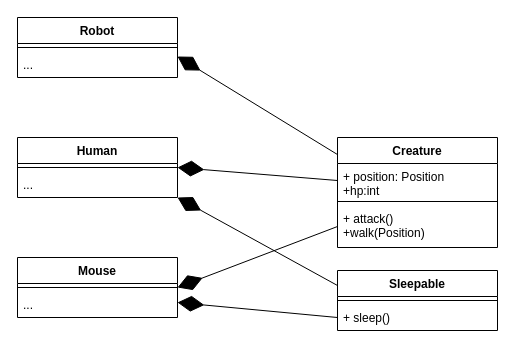
Above: composition_inheritance_new_approach.drawio in penguincarol/rattle (draw.io), before the change. Source tidied: cells renumbered, new cells numbered last; positions are measured from the earlier drawing's top-left corner, leaving out a move shared by most shapes. Both pictures are drawn from the tidied source at 100%, with x=0, y=0 at pixel (17, 17).
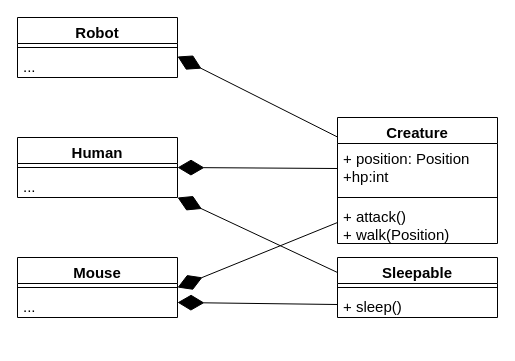
Above is the later version.

Diff of the diagram source:
```diff
@@
-    <mxCell id="2" value="Sleepable" style="swimlane;fontStyle=1;align=center;verticalAlign=top;horizontal=1;startSize=26;whiteSpace=wrap;html=1;" parent="1" vertex="1">
-      <mxGeometry x="320" y="253" width="160" height="60" as="geometry" />
+    <mxCell id="2" value="&lt;font style=&quot;font-size: 15px;&quot;&gt;Sleepable&lt;/font&gt;" style="swimlane;fontStyle=1;align=center;verticalAlign=top;horizontal=1;startSize=26;whiteSpace=wrap;html=1;" parent="1" vertex="1">
+      <mxGeometry x="320" y="240" width="160" height="60" as="geometry" />
     </mxCell>
@@
-    <mxCell id="4" value="+ sleep()" style="text;strokeColor=none;fillColor=none;align=left;verticalAlign=top;spacingLeft=4;spacingRight=4;overflow=hidden;points=[[0,0.5],[1,0.5]];portConstraint=eastwest;whiteSpace=wrap;html=1;" parent="2" vertex="1">
+    <mxCell id="4" value="&lt;font style=&quot;font-size: 15px;&quot;&gt;+ sleep()&lt;/font&gt;" style="text;strokeColor=none;fillColor=none;align=left;verticalAlign=top;spacingLeft=4;spacingRight=4;overflow=hidden;points=[[0,0.5],[1,0.5]];portConstraint=eastwest;whiteSpace=wrap;html=1;" parent="2" vertex="1">
       <mxGeometry y="34" width="160" height="26" as="geometry" />
     </mxCell>
-    <mxCell id="5" value="Human" style="swimlane;fontStyle=1;align=center;verticalAlign=top;horizontal=1;startSize=26;whiteSpace=wrap;html=1;" parent="1" vertex="1">
+    <mxCell id="5" value="&lt;font style=&quot;font-size: 15px;&quot;&gt;Human&lt;/font&gt;" style="swimlane;fontStyle=1;align=center;verticalAlign=top;horizontal=1;startSize=26;whiteSpace=wrap;html=1;" parent="1" vertex="1">
       <mxGeometry y="120" width="160" height="60" as="geometry" />
     </mxCell>
@@
-    <mxCell id="7" value="..." style="text;strokeColor=none;fillColor=none;align=left;verticalAlign=top;spacingLeft=4;spacingRight=4;overflow=hidden;whiteSpace=wrap;html=1;" parent="5" vertex="1">
+    <mxCell id="7" value="&lt;font style=&quot;font-size: 15px;&quot;&gt;...&lt;/font&gt;" style="text;strokeColor=none;fillColor=none;align=left;verticalAlign=top;spacingLeft=4;spacingRight=4;overflow=hidden;whiteSpace=wrap;html=1;" parent="5" vertex="1">
       <mxGeometry y="34" width="160" height="26" as="geometry" />
     </mxCell>
@@
-    <mxCell id="9" value="Mouse" style="swimlane;fontStyle=1;align=center;verticalAlign=top;horizontal=1;startSize=26;whiteSpace=wrap;html=1;" parent="1" vertex="1">
+    <mxCell id="9" value="&lt;font style=&quot;font-size: 15px;&quot;&gt;Mouse&lt;/font&gt;" style="swimlane;fontStyle=1;align=center;verticalAlign=top;horizontal=1;startSize=26;whiteSpace=wrap;html=1;" parent="1" vertex="1">
       <mxGeometry y="240" width="160" height="60" as="geometry" />
     </mxCell>
@@
-    <mxCell id="11" value="..." style="text;strokeColor=none;fillColor=none;align=left;verticalAlign=top;spacingLeft=4;spacingRight=4;overflow=hidden;whiteSpace=wrap;html=1;" parent="9" vertex="1">
+    <mxCell id="11" value="&lt;font style=&quot;font-size: 15px;&quot;&gt;...&lt;/font&gt;" style="text;strokeColor=none;fillColor=none;align=left;verticalAlign=top;spacingLeft=4;spacingRight=4;overflow=hidden;whiteSpace=wrap;html=1;" parent="9" vertex="1">
       <mxGeometry y="34" width="160" height="26" as="geometry" />
     </mxCell>
@@
-    <mxCell id="13" value="Creature" style="swimlane;fontStyle=1;align=center;verticalAlign=top;horizontal=1;startSize=26;whiteSpace=wrap;html=1;" parent="1" vertex="1">
-      <mxGeometry x="320" y="120" width="160" height="110" as="geometry" />
+    <mxCell id="13" value="&lt;font style=&quot;font-size: 15px;&quot;&gt;Creature&lt;/font&gt;" style="swimlane;fontStyle=1;align=center;verticalAlign=top;horizontal=1;startSize=26;whiteSpace=wrap;html=1;" parent="1" vertex="1">
+      <mxGeometry x="320" y="100" width="160" height="126" as="geometry" />
     </mxCell>
-    <mxCell id="14" value="&lt;div&gt;+ position: Position&lt;/div&gt;&lt;div&gt;+hp:int&lt;br&gt;&lt;/div&gt;" style="text;strokeColor=none;fillColor=none;align=left;verticalAlign=top;spacingLeft=4;spacingRight=4;overflow=hidden;points=[[0,0.5],[1,0.5]];portConstraint=eastwest;whiteSpace=wrap;html=1;" parent="13" vertex="1">
-      <mxGeometry y="26" width="160" height="34" as="geometry" />
+    <mxCell id="14" value="&lt;div style=&quot;font-size: 15px;&quot;&gt;&lt;font style=&quot;font-size: 15px;&quot;&gt;+ position: Position&lt;/font&gt;&lt;/div&gt;&lt;div style=&quot;font-size: 15px;&quot;&gt;&lt;font style=&quot;font-size: 15px;&quot;&gt;+hp:int&lt;/font&gt;&lt;br&gt;&lt;/div&gt;" style="text;strokeColor=none;fillColor=none;align=left;verticalAlign=top;spacingLeft=4;spacingRight=4;overflow=hidden;points=[[0,0.5],[1,0.5]];portConstraint=eastwest;whiteSpace=wrap;html=1;" parent="13" vertex="1">
+      <mxGeometry y="26" width="160" height="50" as="geometry" />
     </mxCell>
     <mxCell id="15" style="line;strokeWidth=1;fillColor=none;align=left;verticalAlign=middle;spacingTop=-1;spacingLeft=3;spacingRight=3;labelPosition=right;strokeColor=inherit;" parent="13" vertex="1">
-      <mxGeometry y="60" width="160" height="8" as="geometry" />
+      <mxGeometry y="76" width="160" height="8" as="geometry" />
     </mxCell>
-    <mxCell id="16" value="&lt;div&gt;+ attack()&lt;/div&gt;&lt;div&gt;+walk(Position)&lt;/div&gt;" style="text;strokeColor=none;fillColor=none;align=left;verticalAlign=top;spacingLeft=4;spacingRight=4;overflow=hidden;points=[[0,0.5],[1,0.5]];portConstraint=eastwest;whiteSpace=wrap;html=1;" parent="13" vertex="1">
-      <mxGeometry y="68" width="160" height="42" as="geometry" />
+    <mxCell id="16" value="&lt;div style=&quot;font-size: 15px;&quot;&gt;&lt;font style=&quot;font-size: 15px;&quot;&gt;+ attack()&lt;/font&gt;&lt;/div&gt;&lt;div style=&quot;font-size: 15px;&quot;&gt;&lt;font style=&quot;font-size: 15px;&quot;&gt;+ walk(Position)&lt;/font&gt;&lt;/div&gt;" style="text;strokeColor=none;fillColor=none;align=left;verticalAlign=top;spacingLeft=4;spacingRight=4;overflow=hidden;points=[[0,0.5],[1,0.5]];portConstraint=eastwest;whiteSpace=wrap;html=1;" parent="13" vertex="1">
+      <mxGeometry y="84" width="160" height="42" as="geometry" />
     </mxCell>
@@
-    <mxCell id="19" value="Robot" style="swimlane;fontStyle=1;align=center;verticalAlign=top;horizontal=1;startSize=26;whiteSpace=wrap;html=1;" parent="1" vertex="1">
+    <mxCell id="19" value="&lt;font style=&quot;font-size: 15px;&quot;&gt;Robot&lt;/font&gt;" style="swimlane;fontStyle=1;align=center;verticalAlign=top;horizontal=1;startSize=26;whiteSpace=wrap;html=1;" parent="1" vertex="1">
       <mxGeometry width="160" height="60" as="geometry" />
     </mxCell>
@@
-    <mxCell id="21" value="..." style="text;strokeColor=none;fillColor=none;align=left;verticalAlign=top;spacingLeft=4;spacingRight=4;overflow=hidden;whiteSpace=wrap;html=1;" parent="19" vertex="1">
+    <mxCell id="21" value="&lt;font style=&quot;font-size: 15px;&quot;&gt;...&lt;/font&gt;" style="text;strokeColor=none;fillColor=none;align=left;verticalAlign=top;spacingLeft=4;spacingRight=4;overflow=hidden;whiteSpace=wrap;html=1;" parent="19" vertex="1">
       <mxGeometry y="34" width="160" height="26" as="geometry" />
     </mxCell>
```
